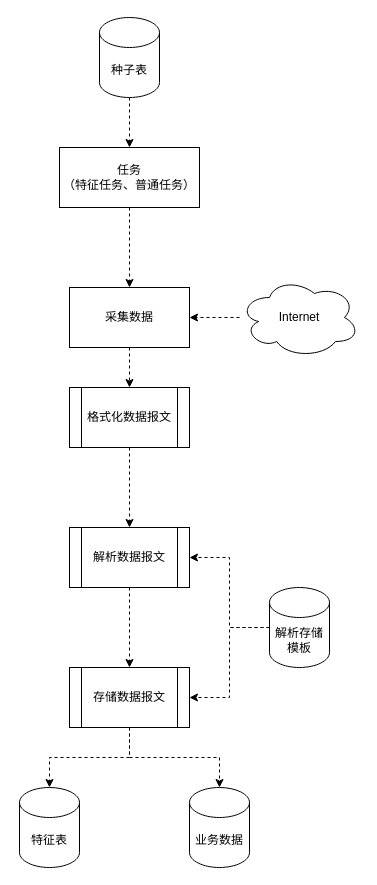
xiaohutushen30/xiaohutushen30-draw keeps this draw.io diagram as page "Page-5" (5 of 6) of Untitled Diagram.drawio. Above is the earlier version. Source tidied: cells renumbered, new cells numbered last; positions are measured from the earlier drawing's top-left corner, leaving out a move shared by most shapes. Both pictures are drawn from the tidied source at 100%, with x=0, y=0 at pixel (19, 17).
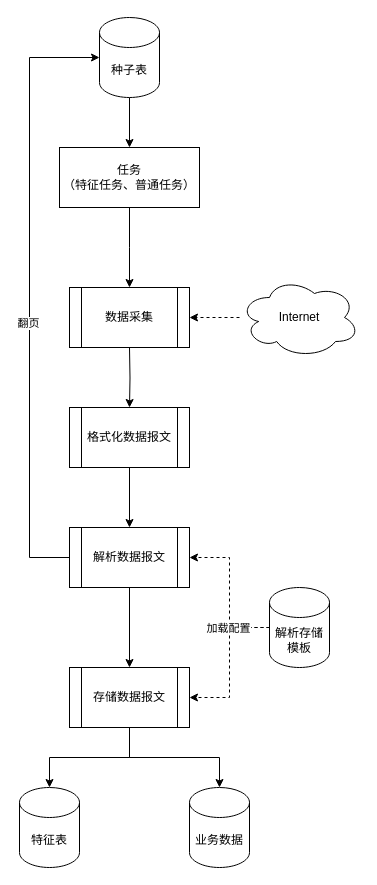
The same page after the edit.

Unchanged cells that the change refers to:
```xml
<mxCell id="3" value="种子表" style="shape=cylinder3;whiteSpace=wrap;html=1;boundedLbl=1;backgroundOutline=1;size=15;" parent="1" vertex="1">
  <mxGeometry x="80" width="60" height="80" as="geometry" />
</mxCell>
<mxCell id="5" value="任务&lt;br&gt;（特征任务、普通任务）" style="rounded=0;whiteSpace=wrap;html=1;" parent="1" vertex="1">
  <mxGeometry x="40" y="130" width="140" height="60" as="geometry" />
</mxCell>
<mxCell id="9" value="解析数据报文" style="shape=process;whiteSpace=wrap;html=1;backgroundOutline=1;rounded=0;" parent="1" vertex="1">
  <mxGeometry x="50" y="510" width="120" height="60" as="geometry" />
</mxCell>
<mxCell id="13" value="Internet" style="ellipse;shape=cloud;whiteSpace=wrap;html=1;" parent="1" vertex="1">
  <mxGeometry x="220" y="260" width="120" height="80" as="geometry" />
</mxCell>
<mxCell id="16" value="存储数据报文" style="shape=process;whiteSpace=wrap;html=1;backgroundOutline=1;rounded=0;" parent="1" vertex="1">
  <mxGeometry x="50" y="650" width="120" height="60" as="geometry" />
</mxCell>
<mxCell id="17" value="特征表" style="shape=cylinder3;whiteSpace=wrap;html=1;boundedLbl=1;backgroundOutline=1;size=15;" parent="1" vertex="1">
  <mxGeometry y="770" width="60" height="80" as="geometry" />
</mxCell>
<mxCell id="19" style="edgeStyle=orthogonalEdgeStyle;rounded=0;jettySize=auto;html=1;exitX=0;exitY=0.5;exitDx=0;exitDy=0;exitPerimeter=0;entryX=1;entryY=0.5;entryDx=0;entryDy=0;dashed=1;" parent="1" edge="1" source="20" target="16">
  <mxGeometry relative="1" as="geometry" />
</mxCell>
<mxCell id="21" value="业务数据" style="shape=cylinder3;whiteSpace=wrap;html=1;boundedLbl=1;backgroundOutline=1;size=15;" parent="1" vertex="1">
  <mxGeometry x="170" y="770" width="60" height="80" as="geometry" />
</mxCell>
```

The edit, as a diff of the source:
```diff
@@
-    <mxCell id="2" style="edgeStyle=orthogonalEdgeStyle;rounded=0;jettySize=auto;html=1;dashed=1;" parent="1" edge="1" source="3" target="5">
+    <mxCell id="2" style="edgeStyle=orthogonalEdgeStyle;rounded=0;jettySize=auto;html=1;" parent="1" edge="1" source="3" target="5">
       <mxGeometry relative="1" as="geometry" />
     </mxCell>
@@
-    <mxCell id="4" style="edgeStyle=orthogonalEdgeStyle;rounded=0;jettySize=auto;html=1;dashed=1;" parent="1" edge="1" source="5" target="11">
-      <mxGeometry relative="1" as="geometry" />
+    <mxCell id="4" style="edgeStyle=orthogonalEdgeStyle;rounded=0;jettySize=auto;html=1;" parent="1" edge="1" source="5">
+      <mxGeometry relative="1" as="geometry">
+        <mxPoint x="110" y="270" as="targetPoint" />
+      </mxGeometry>
     </mxCell>
@@
-    <mxCell id="6" style="edgeStyle=orthogonalEdgeStyle;rounded=0;jettySize=auto;html=1;dashed=1;" parent="1" edge="1" source="7" target="9">
+    <mxCell id="6" style="edgeStyle=orthogonalEdgeStyle;rounded=0;jettySize=auto;html=1;" parent="1" edge="1" source="7" target="9">
       <mxGeometry relative="1" as="geometry" />
     </mxCell>
     <mxCell id="7" value="格式化数据报文" style="shape=process;whiteSpace=wrap;html=1;backgroundOutline=1;rounded=0;" parent="1" vertex="1">
-      <mxGeometry x="50" y="370" width="120" height="60" as="geometry" />
+      <mxGeometry x="50" y="390" width="120" height="60" as="geometry" />
     </mxCell>
-    <mxCell id="8" style="edgeStyle=orthogonalEdgeStyle;rounded=0;jettySize=auto;html=1;dashed=1;" parent="1" edge="1" source="9" target="16">
+    <mxCell id="8" style="edgeStyle=orthogonalEdgeStyle;rounded=0;jettySize=auto;html=1;" parent="1" edge="1" source="9" target="16">
       <mxGeometry relative="1" as="geometry" />
     </mxCell>
+    <mxCell id="22" style="edgeStyle=orthogonalEdgeStyle;rounded=0;jettySize=auto;html=1;exitX=0;exitY=0.5;exitDx=0;exitDy=0;entryX=0;entryY=0.5;entryDx=0;entryDy=0;entryPerimeter=0;" parent="1" edge="1" source="9" target="3">
+      <mxGeometry relative="1" as="geometry">
+        <Array as="points">
+          <mxPoint x="10" y="540" />
+          <mxPoint x="10" y="40" />
+        </Array>
+      </mxGeometry>
+    </mxCell>
+    <mxCell id="23" value="翻页" style="edgeLabel;html=1;align=center;verticalAlign=middle;" parent="22" vertex="1">
+      <mxGeometry x="-0.1" y="2" relative="1" as="geometry" />
+    </mxCell>
@@
-    <mxCell id="10" style="edgeStyle=orthogonalEdgeStyle;rounded=0;jettySize=auto;html=1;dashed=1;" parent="1" edge="1" source="11" target="7">
-      <mxGeometry relative="1" as="geometry" />
+    <mxCell id="10" style="edgeStyle=orthogonalEdgeStyle;rounded=0;jettySize=auto;html=1;" parent="1" edge="1" target="7">
+      <mxGeometry relative="1" as="geometry">
+        <mxPoint x="110" y="330" as="sourcePoint" />
+      </mxGeometry>
     </mxCell>
-    <mxCell id="11" value="采集数据" style="rounded=0;whiteSpace=wrap;html=1;" parent="1" vertex="1">
-      <mxGeometry x="50" y="270" width="120" height="60" as="geometry" />
-    </mxCell>
-    <mxCell id="12" style="edgeStyle=orthogonalEdgeStyle;rounded=0;jettySize=auto;html=1;dashed=1;" parent="1" edge="1" source="13" target="11">
-      <mxGeometry relative="1" as="geometry" />
+    <mxCell id="12" style="edgeStyle=orthogonalEdgeStyle;rounded=0;jettySize=auto;html=1;dashed=1;" parent="1" edge="1" source="13">
+      <mxGeometry relative="1" as="geometry">
+        <mxPoint x="170" y="300" as="targetPoint" />
+      </mxGeometry>
     </mxCell>
@@
-    <mxCell id="14" style="edgeStyle=orthogonalEdgeStyle;rounded=0;jettySize=auto;html=1;dashed=1;" parent="1" edge="1" source="16" target="17">
+    <mxCell id="14" style="edgeStyle=orthogonalEdgeStyle;rounded=0;jettySize=auto;html=1;" parent="1" edge="1" source="16" target="17">
       <mxGeometry relative="1" as="geometry" />
     </mxCell>
-    <mxCell id="15" style="edgeStyle=orthogonalEdgeStyle;rounded=0;jettySize=auto;html=1;exitX=0.5;exitY=1;exitDx=0;exitDy=0;dashed=1;entryX=0.5;entryY=0;entryDx=0;entryDy=0;entryPerimeter=0;" parent="1" edge="1" source="16" target="21">
+    <mxCell id="15" style="edgeStyle=orthogonalEdgeStyle;rounded=0;jettySize=auto;html=1;exitX=0.5;exitY=1;exitDx=0;exitDy=0;entryX=0.5;entryY=0;entryDx=0;entryDy=0;entryPerimeter=0;" parent="1" edge="1" source="16" target="21">
       <mxGeometry relative="1" as="geometry" />
     </mxCell>
@@
+    <mxCell id="24" value="加载配置" style="edgeLabel;html=1;align=center;verticalAlign=middle;" parent="19" vertex="1">
+      <mxGeometry x="-0.47" y="-2" relative="1" as="geometry" />
+    </mxCell>
@@
+    <mxCell id="25" value="数据采集" style="shape=process;whiteSpace=wrap;html=1;backgroundOutline=1;" parent="1" vertex="1">
+      <mxGeometry x="50" y="270" width="120" height="60" as="geometry" />
+    </mxCell>
```
